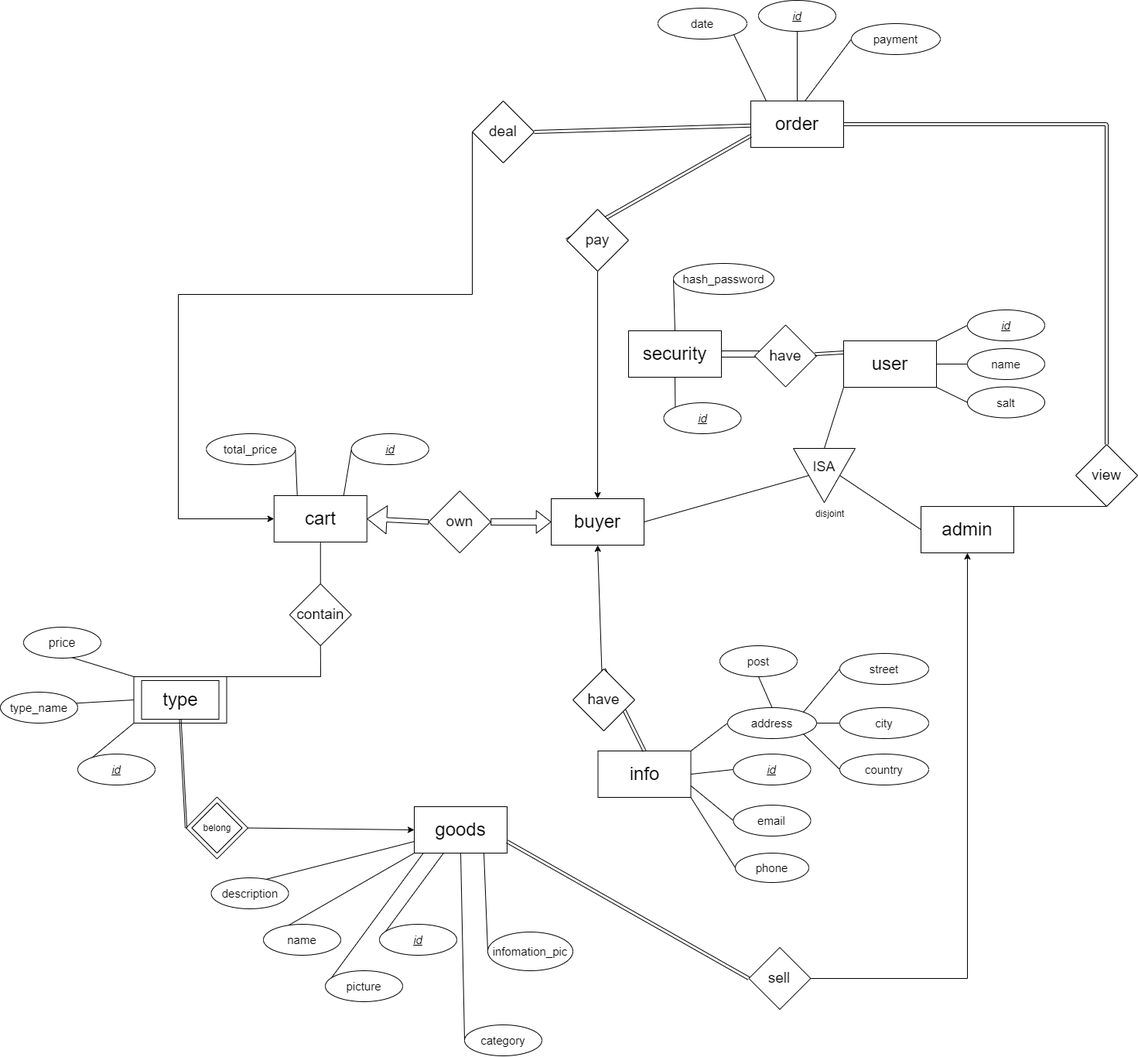
Above: design/ER1.png in open17/DBMS (draw.io), before the change. Source tidied: cells renumbered, new cells last; positions are measured from the earlier drawing's top-left corner, leaving out a move shared by most shapes.
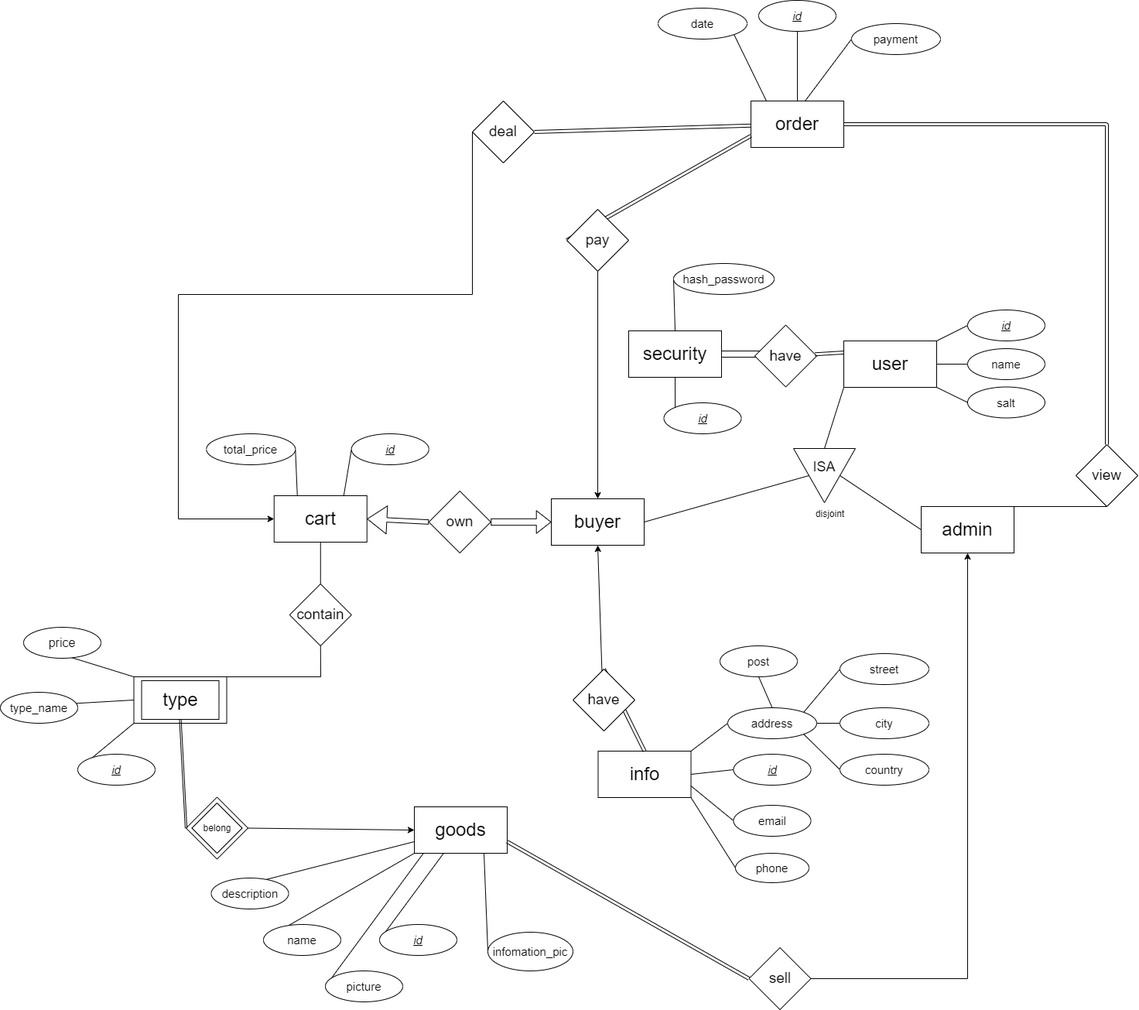
The same diagram one commit later.

Commit message:
fix: 移除ER图中的category属性

The edit, as a diff of the source:
```diff
@@ -225,12 +225,6 @@
     <mxCell id="68" value="disjoint" style="text;html=1;strokeColor=none;fillColor=none;align=center;verticalAlign=middle;whiteSpace=wrap;rounded=0;" parent="1" vertex="1">
       <mxGeometry x="1035" y="649" width="75" height="30" as="geometry" />
     </mxCell>
-    <mxCell id="69" style="rounded=0;jettySize=auto;html=1;entryX=0;entryY=0.5;entryDx=0;entryDy=0;endArrow=none;endFill=0;exitX=0.5;exitY=1;exitDx=0;exitDy=0;" parent="1" edge="1" source="6" target="70">
-      <mxGeometry relative="1" as="geometry" />
-    </mxCell>
-    <mxCell id="70" value="&lt;span style=&quot;font-size: 15px;&quot;&gt;category&lt;/span&gt;" style="ellipse;whiteSpace=wrap;html=1;" parent="1" vertex="1">
-      <mxGeometry x="600" y="1324" width="100" height="40" as="geometry" />
-    </mxCell>
     <mxCell id="71" style="rounded=0;jettySize=auto;html=1;entryX=0;entryY=0.5;entryDx=0;entryDy=0;endArrow=none;endFill=0;exitX=0;exitY=0;exitDx=0;exitDy=0;" parent="1" edge="1" source="87" target="72">
       <mxGeometry relative="1" as="geometry" />
     </mxCell>
```
